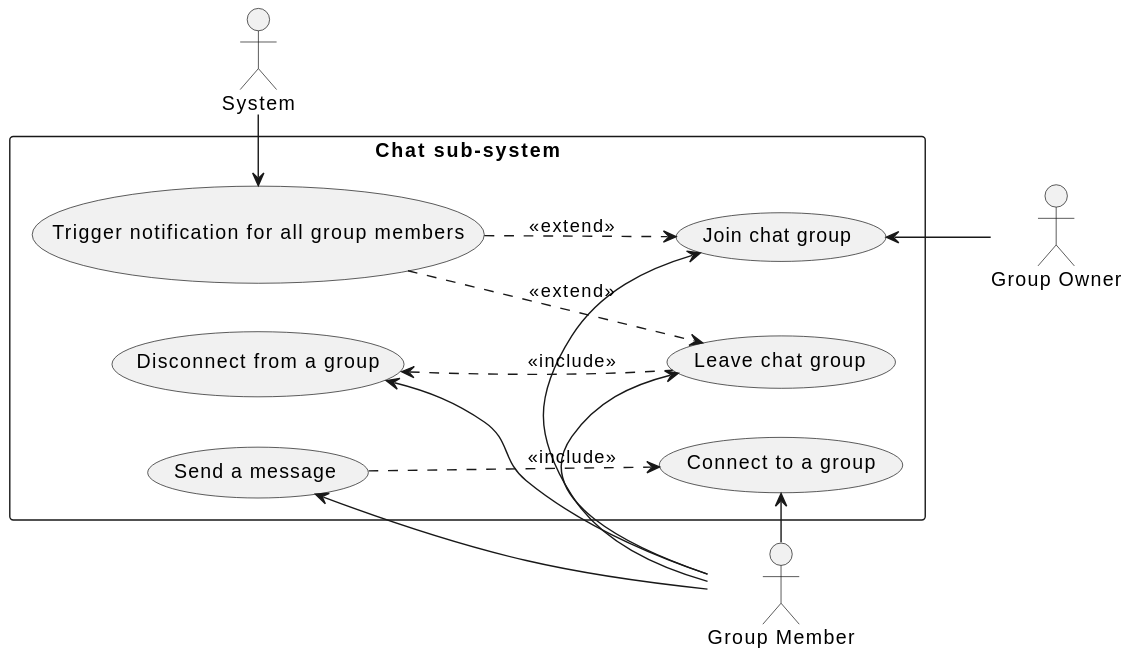
position-pal/position-pal.github.io keeps this PlantUML diagram as res/chat-use-cases-light.svg. Above is the earlier version.
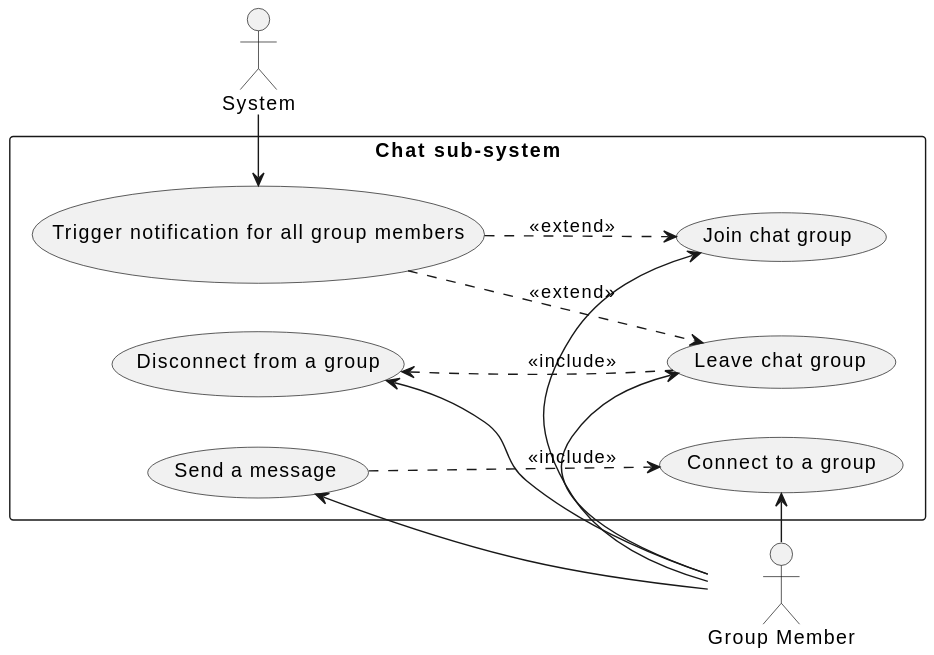
The same file after the commit.

The edit, as a diff of the source:
```diff
@@ -2,7 +2,6 @@
 left to right direction
 
 actor "Group Member" as User
-actor "Group Owner" as Admin
 actor "System" as System
 
 rectangle "Chat sub-system" {
@@ -17,7 +16,6 @@
 }
 
 User -down-> UC1
-Admin -up-> UC1
 UC6 ..> UC1 : <<extend>>
 
 User -up-> UC2
```
